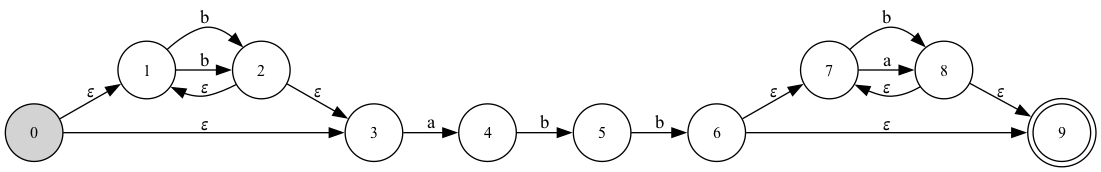
Above: pngs/dfn_graph.png in estebandonis/Proyecto1-TeoriaDeLaComputacion (Graphviz), before the change. Its source is kept beside it as pngs/dfn_graph.dot.
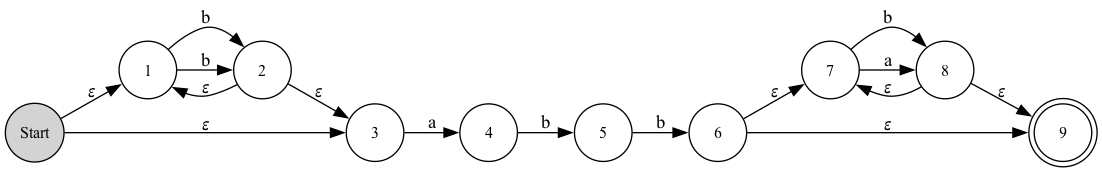
After the change.

What changed in the source:
```diff
@@ -3,26 +3,26 @@
 		rankdir=LR
 	];
 	node [label="\N"];
-	0	[fontsize=12,
-		height=0.6,
+	Start	[fontsize=12,
+		height=0.61168,
 		pos="110.27,406.28",
 		shape=circle,
 		style=filled,
-		width=0.6];
+		width=0.61168];
 	1	[fontsize=12,
 		height=0.6,
 		pos="34.732,431.26",
 		width=0.6];
-	0 -> 1	[label=𝜀,
-		lp="75.359,424.46",
-		pos="e,55.61,424.36 89.627,413.11 82.442,415.48 74.208,418.21 66.341,420.81"];
+	Start -> 1	[label=𝜀,
+		lp="75.241,424.5",
+		pos="e,55.66,424.34 89.226,413.24 82.187,415.57 74.177,418.22 66.505,420.75"];
 	3	[fontsize=12,
 		height=0.6,
 		pos="97.371,327.61",
 		width=0.6];
-	0 -> 3	[label=𝜀,
-		lp="102.13,365.16",
-		pos="e,100.94,349.35 106.74,384.78 105.52,377.3 104.11,368.72 102.77,360.53"];
+	Start -> 3	[label=𝜀,
+		lp="102.11,365.03",
+		pos="e,100.94,349.41 106.67,384.37 105.47,377.04 104.11,368.69 102.8,360.7"];
 	2	[fontsize=12,
 		height=0.6,
 		pos="21.6,352.95",
```
